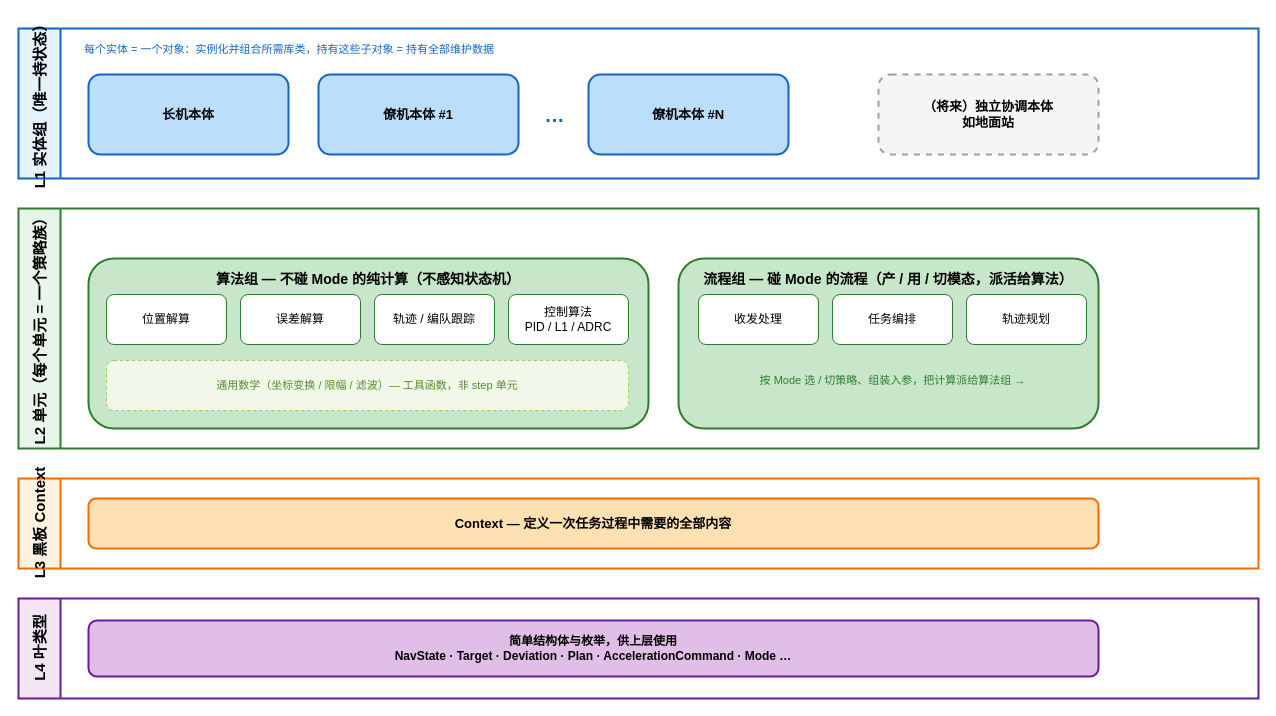
Above: docs/3-编队算法设计文档/系统架构图.drawio in tanqingkuang/- (draw.io), before the change. Source tidied: cells renumbered, new cells numbered last; positions are measured from the earlier drawing's top-left corner, leaving out a move shared by most shapes. Both pictures are drawn from the tidied source at 100%, with x=0, y=0 at pixel (18, 28).
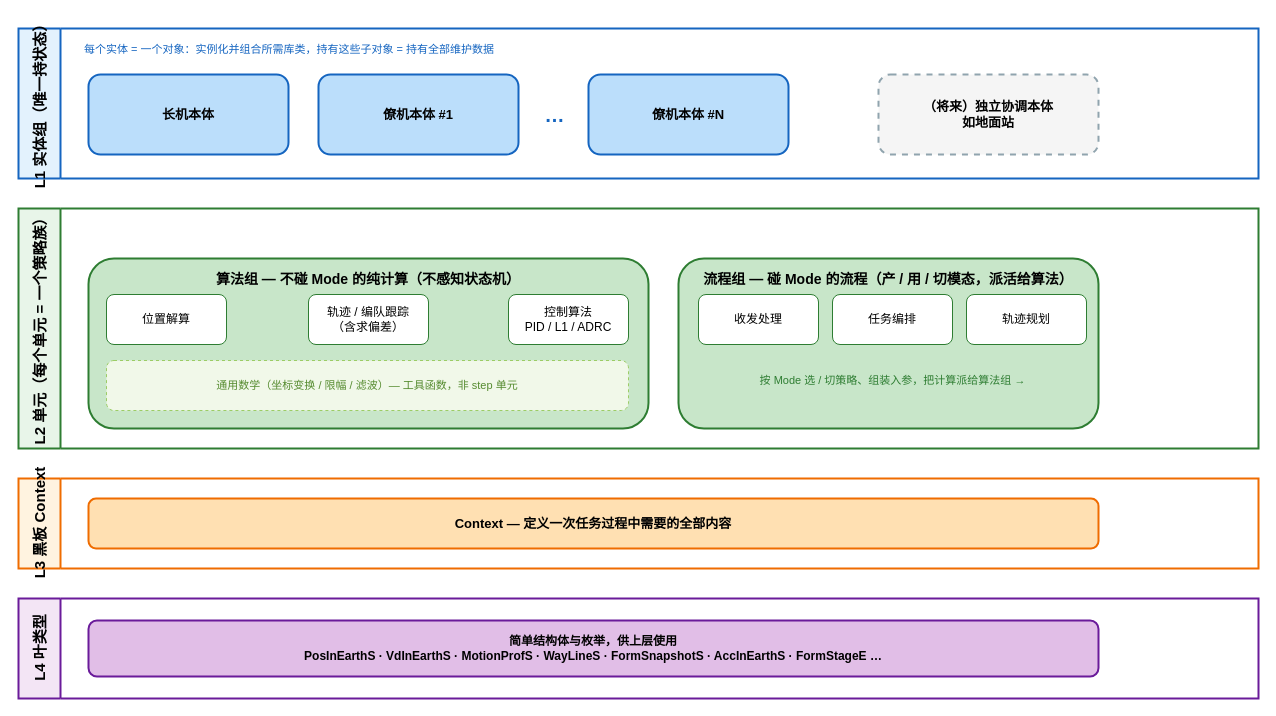
After the change.

Diff of the diagram source:
```diff
@@
-    <mxCell id="12" value="误差解算" style="rounded=1;whiteSpace=wrap;html=1;fontSize=12;fillColor=#FFFFFF;strokeColor=#2E7D32;" parent="1" vertex="1">
-      <mxGeometry x="222" y="266" width="120" height="50" as="geometry" />
-    </mxCell>
-    <mxCell id="13" value="轨迹 / 编队跟踪" style="rounded=1;whiteSpace=wrap;html=1;fontSize=12;fillColor=#FFFFFF;strokeColor=#2E7D32;" parent="1" vertex="1">
-      <mxGeometry x="356" y="266" width="120" height="50" as="geometry" />
+    <mxCell id="13" value="轨迹 / 编队跟踪&#10;（含求偏差）" style="rounded=1;whiteSpace=wrap;html=1;fontSize=12;fillColor=#FFFFFF;strokeColor=#2E7D32;" parent="1" vertex="1">
+      <mxGeometry x="290" y="266" width="120" height="50" as="geometry" />
     </mxCell>
@@
-    <mxCell id="24" value="简单结构体与枚举，供上层使用&#10;NavState · Target · Deviation · Plan · AccelerationCommand · Mode …" style="rounded=1;whiteSpace=wrap;html=1;fontSize=12;fontStyle=1;fillColor=#E1BEE7;strokeColor=#6A1B9A;strokeWidth=2;" parent="1" vertex="1">
+    <mxCell id="24" value="简单结构体与枚举，供上层使用&#10;PosInEarthS · VdInEarthS · MotionProfS · WayLineS · FormSnapshotS · AccInEarthS · FormStageE …" style="rounded=1;whiteSpace=wrap;html=1;fontSize=12;fontStyle=1;fillColor=#E1BEE7;strokeColor=#6A1B9A;strokeWidth=2;" parent="1" vertex="1">
       <mxGeometry x="70" y="592" width="1010" height="56" as="geometry" />
     </mxCell>
```
